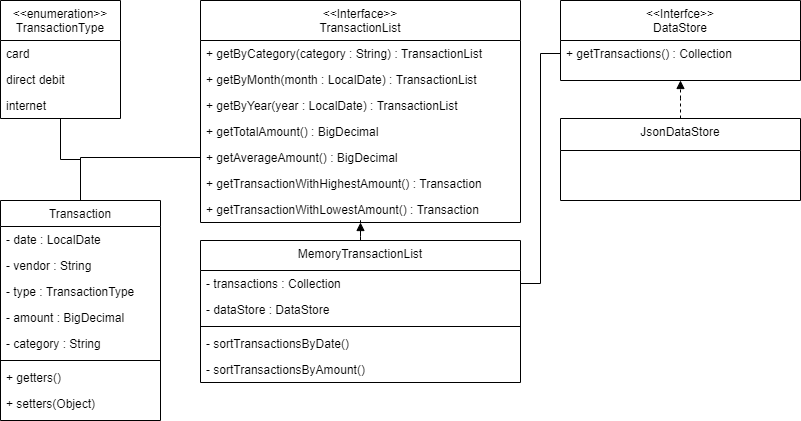
Above: Class Diagram.png in dickyince/transaction-categories (draw.io), before the change. Source tidied: cells renumbered, new cells last; positions are measured from the earlier drawing's top-left corner, leaving out a move shared by most shapes.
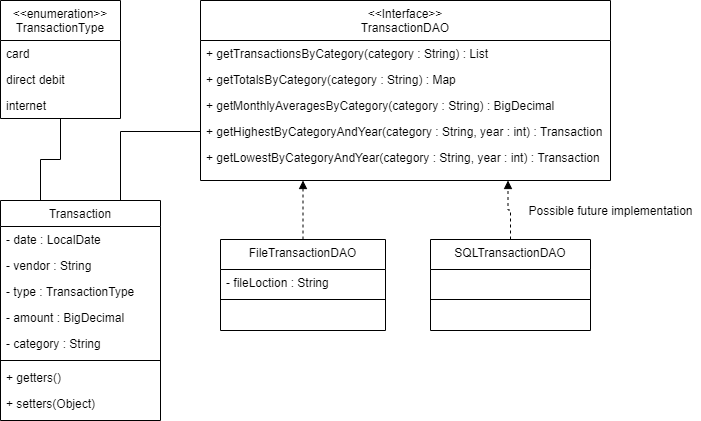
Above is the later version.

Commit message:
Class Diagram re-design to better match requirements

What changed in the source:
```diff
@@ -2,12 +2,6 @@
   <root>
     <mxCell id="0" />
     <mxCell id="1" parent="0" />
-    <mxCell id="2" value="&lt;&lt;Interfce&gt;&gt;&#10;DataStore" style="swimlane;fontStyle=0;align=center;verticalAlign=top;horizontal=1;startSize=40;rounded=0;shadow=0;strokeWidth=1;" parent="1" vertex="1">
-      <mxGeometry x="560" width="240" height="80" as="geometry" />
-    </mxCell>
-    <mxCell id="3" value="+ getTransactions() : Collection" style="text;align=left;verticalAlign=top;spacingLeft=4;spacingRight=4;overflow=hidden;points=[[0,0.5],[1,0.5]];portConstraint=eastwest;" parent="2" vertex="1">
-      <mxGeometry y="40" width="240" height="26" as="geometry" />
-    </mxCell>
     <mxCell id="4" value="Transaction" style="swimlane;fontStyle=0;align=center;verticalAlign=top;horizontal=1;startSize=26;rounded=0;shadow=0;strokeWidth=1;" parent="1" vertex="1">
       <mxGeometry y="200" width="160" height="220" as="geometry" />
     </mxCell>
@@ -35,29 +29,23 @@
     <mxCell id="12" value="+ setters(Object)" style="text;align=left;verticalAlign=top;spacingLeft=4;spacingRight=4;overflow=hidden;" parent="4" vertex="1">
       <mxGeometry y="190" width="160" height="26" as="geometry" />
     </mxCell>
-    <mxCell id="13" value="&lt;&lt;Interface&gt;&gt;&#10;TransactionList" style="swimlane;fontStyle=0;align=center;verticalAlign=top;horizontal=1;startSize=40;rounded=0;shadow=0;strokeWidth=1;" parent="1" vertex="1">
-      <mxGeometry x="200" width="320" height="222" as="geometry" />
+    <mxCell id="13" value="&lt;&lt;Interface&gt;&gt;&#10;TransactionDAO" style="swimlane;fontStyle=0;align=center;verticalAlign=top;horizontal=1;startSize=40;rounded=0;shadow=0;strokeWidth=1;" parent="1" vertex="1">
+      <mxGeometry x="200" width="410" height="180" as="geometry" />
     </mxCell>
-    <mxCell id="14" value="+ getByCategory(category : String) : TransactionList" style="text;align=left;verticalAlign=top;spacingLeft=4;spacingRight=4;overflow=hidden;" parent="13" vertex="1">
-      <mxGeometry y="40" width="320" height="26" as="geometry" />
+    <mxCell id="14" value="+ getTransactionsByCategory(category : String) : List" style="text;align=left;verticalAlign=top;spacingLeft=4;spacingRight=4;overflow=hidden;" parent="13" vertex="1">
+      <mxGeometry y="40" width="410" height="26" as="geometry" />
     </mxCell>
+    <mxCell id="37" value="+ getTotalsByCategory(category : String) : Map" style="text;align=left;verticalAlign=top;spacingLeft=4;spacingRight=4;overflow=hidden;" parent="13" vertex="1">
+      <mxGeometry y="66" width="410" height="26" as="geometry" />
+    </mxCell>
-    <mxCell id="15" value="+ getByMonth(month : LocalDate) : TransactionList" style="text;align=left;verticalAlign=top;spacingLeft=4;spacingRight=4;overflow=hidden;" parent="13" vertex="1">
-      <mxGeometry y="66" width="320" height="26" as="geometry" />
+    <mxCell id="15" value="+ getMonthlyAveragesByCategory(category : String) : BigDecimal" style="text;align=left;verticalAlign=top;spacingLeft=4;spacingRight=4;overflow=hidden;" parent="13" vertex="1">
+      <mxGeometry y="92" width="410" height="26" as="geometry" />
     </mxCell>
-    <mxCell id="16" value="+ getByYear(year : LocalDate) : TransactionList" style="text;align=left;verticalAlign=top;spacingLeft=4;spacingRight=4;overflow=hidden;" parent="13" vertex="1">
-      <mxGeometry y="92" width="320" height="26" as="geometry" />
-    </mxCell>
-    <mxCell id="17" value="+ getTotalAmount() : BigDecimal" style="text;align=left;verticalAlign=top;spacingLeft=4;spacingRight=4;overflow=hidden;" parent="13" vertex="1">
-      <mxGeometry y="118" width="320" height="26" as="geometry" />
-    </mxCell>
-    <mxCell id="18" value="+ getAverageAmount() : BigDecimal" style="text;align=left;verticalAlign=top;spacingLeft=4;spacingRight=4;overflow=hidden;points=[[0,0.5],[1,0.5]];portConstraint=eastwest;" parent="13" vertex="1">
-      <mxGeometry y="144" width="320" height="26" as="geometry" />
-    </mxCell>
-    <mxCell id="19" value="+ getTransactionWithHighestAmount() : Transaction" style="text;align=left;verticalAlign=top;spacingLeft=4;spacingRight=4;overflow=hidden;" parent="13" vertex="1">
-      <mxGeometry y="170" width="320" height="26" as="geometry" />
+    <mxCell id="19" value="+ getHighestByCategoryAndYear(category : String, year : int) : Transaction" style="text;align=left;verticalAlign=top;spacingLeft=4;spacingRight=4;overflow=hidden;" parent="13" vertex="1">
+      <mxGeometry y="118" width="410" height="26" as="geometry" />
     </mxCell>
-    <mxCell id="20" value="+ getTransactionWithLowestAmount() : Transaction" style="text;align=left;verticalAlign=top;spacingLeft=4;spacingRight=4;overflow=hidden;" parent="13" vertex="1">
-      <mxGeometry y="196" width="320" height="26" as="geometry" />
+    <mxCell id="20" value="+ getLowestByCategoryAndYear(category : String, year : int) : Transaction" style="text;align=left;verticalAlign=top;spacingLeft=4;spacingRight=4;overflow=hidden;" parent="13" vertex="1">
+      <mxGeometry y="144" width="410" height="26" as="geometry" />
     </mxCell>
     <mxCell id="21" value="&lt;&lt;enumeration&gt;&gt;&#10;TransactionType" style="swimlane;fontStyle=0;horizontal=1;startSize=40;fillColor=none;" parent="1" vertex="1">
       <mxGeometry width="120" height="118" as="geometry" />
@@ -71,41 +59,37 @@
     <mxCell id="24" value="internet" style="text;strokeColor=none;fillColor=none;align=left;verticalAlign=top;spacingLeft=4;spacingRight=4;overflow=hidden;" parent="21" vertex="1">
       <mxGeometry y="92" width="120" height="26" as="geometry" />
     </mxCell>
-    <mxCell id="25" style="edgeStyle=orthogonalEdgeStyle;rounded=0;jettySize=auto;html=1;endArrow=none;endFill=0;" parent="1" edge="1" source="4" target="21">
+    <mxCell id="25" style="edgeStyle=orthogonalEdgeStyle;rounded=0;jettySize=auto;html=1;endArrow=none;endFill=0;exitX=0.25;exitY=0;exitDx=0;exitDy=0;" parent="1" edge="1" source="4" target="21">
       <mxGeometry relative="1" as="geometry" />
     </mxCell>
-    <mxCell id="26" style="edgeStyle=orthogonalEdgeStyle;rounded=0;jettySize=auto;html=1;endArrow=none;endFill=0;" parent="1" edge="1" source="18" target="4">
-      <mxGeometry relative="1" as="geometry" />
+    <mxCell id="26" style="edgeStyle=orthogonalEdgeStyle;rounded=0;jettySize=auto;html=1;endArrow=none;endFill=0;entryX=0.75;entryY=0;entryDx=0;entryDy=0;" parent="1" edge="1" target="4">
+      <mxGeometry relative="1" as="geometry">
+        <mxPoint x="200" y="131" as="sourcePoint" />
+      </mxGeometry>
     </mxCell>
-    <mxCell id="27" style="edgeStyle=orthogonalEdgeStyle;rounded=0;jettySize=auto;html=1;dashed=1;endArrow=block;endFill=1;" parent="1" edge="1" source="28" target="2">
-      <mxGeometry relative="1" as="geometry" />
-    </mxCell>
-    <mxCell id="28" value="JsonDataStore" style="swimlane;fontStyle=0;align=center;verticalAlign=top;horizontal=1;startSize=32;rounded=0;shadow=0;strokeWidth=1;" parent="1" vertex="1">
-      <mxGeometry x="560" y="118" width="240" height="82" as="geometry" />
-    </mxCell>
-    <mxCell id="29" style="edgeStyle=orthogonalEdgeStyle;rounded=0;jettySize=auto;html=1;endArrow=block;endFill=1;dashed=1;" parent="1" edge="1" source="30" target="13">
+    <mxCell id="29" style="edgeStyle=orthogonalEdgeStyle;rounded=0;jettySize=auto;html=1;endArrow=block;endFill=1;dashed=1;entryX=0.25;entryY=1;entryDx=0;entryDy=0;" parent="1" edge="1" source="30" target="13">
       <mxGeometry relative="1" as="geometry" />
     </mxCell>
-    <mxCell id="30" value="MemoryTransactionList" style="swimlane;fontStyle=0;align=center;verticalAlign=top;horizontal=1;startSize=30;rounded=0;shadow=0;strokeWidth=1;" parent="1" vertex="1">
-      <mxGeometry x="200" y="240" width="320" height="142" as="geometry" />
+    <mxCell id="30" value="FileTransactionDAO" style="swimlane;fontStyle=0;align=center;verticalAlign=top;horizontal=1;startSize=30;rounded=0;shadow=0;strokeWidth=1;" parent="1" vertex="1">
+      <mxGeometry x="220" y="239" width="165" height="91" as="geometry" />
     </mxCell>
-    <mxCell id="31" value="- transactions : Collection" style="text;align=left;verticalAlign=top;spacingLeft=4;spacingRight=4;overflow=hidden;points=[[0,0.5],[1,0.5]];portConstraint=eastwest;" parent="30" vertex="1">
-      <mxGeometry y="30" width="320" height="26" as="geometry" />
+    <mxCell id="31" value="- fileLoction : String" style="text;align=left;verticalAlign=top;spacingLeft=4;spacingRight=4;overflow=hidden;points=[[0,0.5],[1,0.5]];portConstraint=eastwest;" parent="30" vertex="1">
+      <mxGeometry y="30" width="165" height="26" as="geometry" />
     </mxCell>
-    <mxCell id="32" value="- dataStore : DataStore" style="text;align=left;verticalAlign=top;spacingLeft=4;spacingRight=4;overflow=hidden;" parent="30" vertex="1">
-      <mxGeometry y="56" width="320" height="26" as="geometry" />
-    </mxCell>
     <mxCell id="33" style="line;html=1;strokeWidth=1;align=left;verticalAlign=middle;spacingTop=-1;spacingLeft=3;spacingRight=3;labelPosition=right;" parent="30" vertex="1">
-      <mxGeometry y="82" width="320" height="8" as="geometry" />
+      <mxGeometry y="56" width="165" height="8" as="geometry" />
     </mxCell>
-    <mxCell id="34" value="- sortTransactionsByDate()" style="text;align=left;verticalAlign=top;spacingLeft=4;spacingRight=4;overflow=hidden;" parent="30" vertex="1">
-      <mxGeometry y="90" width="320" height="26" as="geometry" />
-    </mxCell>
-    <mxCell id="35" value="- sortTransactionsByAmount()" style="text;align=left;verticalAlign=top;spacingLeft=4;spacingRight=4;overflow=hidden;" parent="30" vertex="1">
-      <mxGeometry y="116" width="320" height="26" as="geometry" />
-    </mxCell>
-    <mxCell id="36" style="edgeStyle=orthogonalEdgeStyle;rounded=0;jettySize=auto;html=1;entryX=0;entryY=0.5;entryDx=0;entryDy=0;endArrow=none;endFill=0;" parent="1" edge="1" source="31" target="3">
-      <mxGeometry relative="1" as="geometry" />
-    </mxCell>
+    <mxCell id="38" style="edgeStyle=orthogonalEdgeStyle;rounded=0;jettySize=auto;html=1;entryX=0.75;entryY=1;entryDx=0;entryDy=0;endArrow=block;endFill=1;dashed=1;" parent="1" edge="1" source="39" target="13">
+      <mxGeometry relative="1" as="geometry" />
+    </mxCell>
+    <mxCell id="39" value="SQLTransactionDAO" style="swimlane;fontStyle=0;align=center;verticalAlign=top;horizontal=1;startSize=30;rounded=0;shadow=0;strokeWidth=1;" parent="1" vertex="1">
+      <mxGeometry x="430" y="239" width="160" height="91" as="geometry" />
+    </mxCell>
+    <mxCell id="40" style="line;html=1;strokeWidth=1;align=left;verticalAlign=middle;spacingTop=-1;spacingLeft=3;spacingRight=3;labelPosition=right;" parent="39" vertex="1">
+      <mxGeometry y="30" width="160" height="60" as="geometry" />
+    </mxCell>
+    <mxCell id="41" value="Possible future implementation" style="text;html=1;align=center;verticalAlign=middle;" parent="1" vertex="1">
+      <mxGeometry x="520" y="200" width="180" height="20" as="geometry" />
+    </mxCell>
   </root>
 </mxGraphModel>
```
